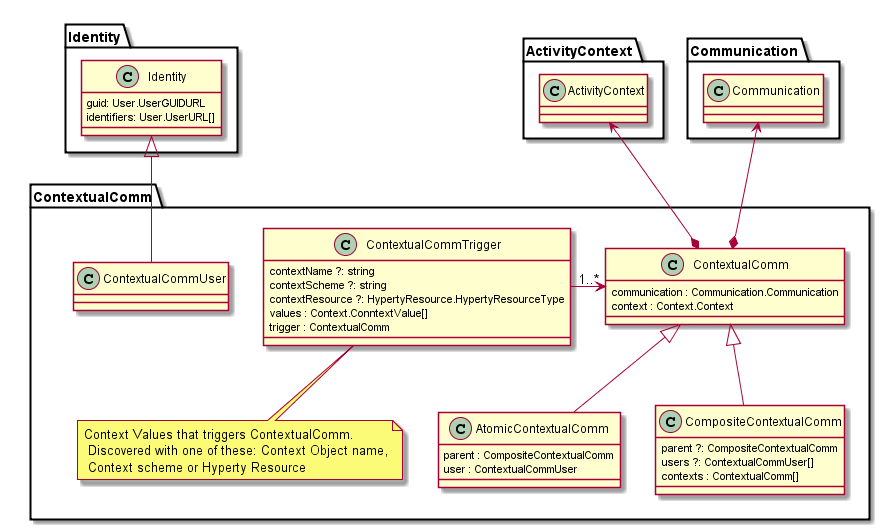
The PlantUML diagram docs/contextual-communication-design.png in reTHINK-project/dev-smart-contextual-assistance-app, before a commit.
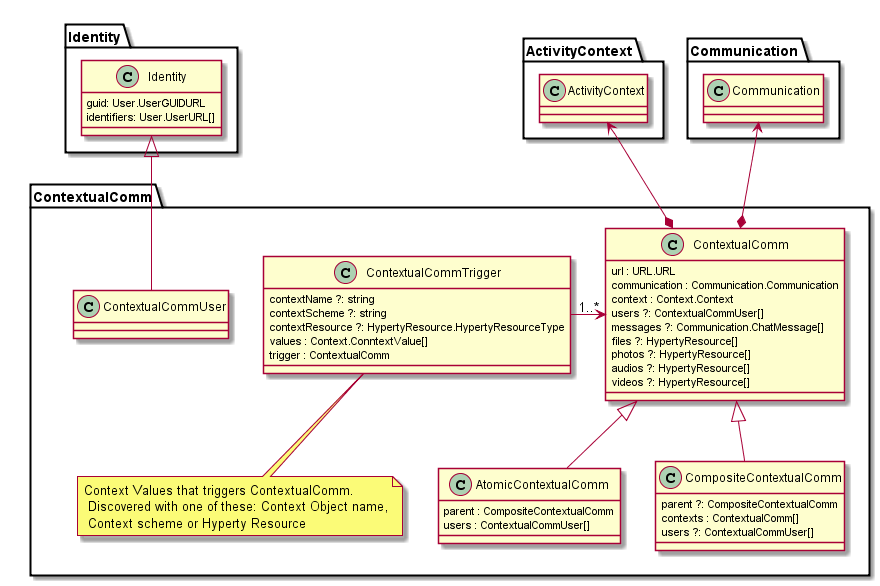
The same file after the commit.

Change to the diagram source:
```diff
@@ -3,8 +3,15 @@
 Package ContextualComm {
 
 	class ContextualComm {
+	url : URL.URL
 	communication : Communication.Communication
 	context : Context.Context
+	users ?: ContextualCommUser[]
+	messages ?: Communication.ChatMessage[]
+	files ?: HypertyResource[]
+	photos ?: HypertyResource[]
+	audios ?: HypertyResource[]
+	videos ?: HypertyResource[]
 	}
 
 	class ContextualCommTrigger {
@@ -22,13 +29,13 @@
 
 	class AtomicContextualComm {
 	parent : CompositeContextualComm
-	user : ContextualCommUser
+	users : ContextualCommUser[]
 	}
 
 	class CompositeContextualComm {
 	parent ?: CompositeContextualComm
+	contexts : ContextualComm[]
 	users ?: ContextualCommUser[]
-	contexts : ContextualComm[]
 	}
 
 	class ContextualCommUser {
```
